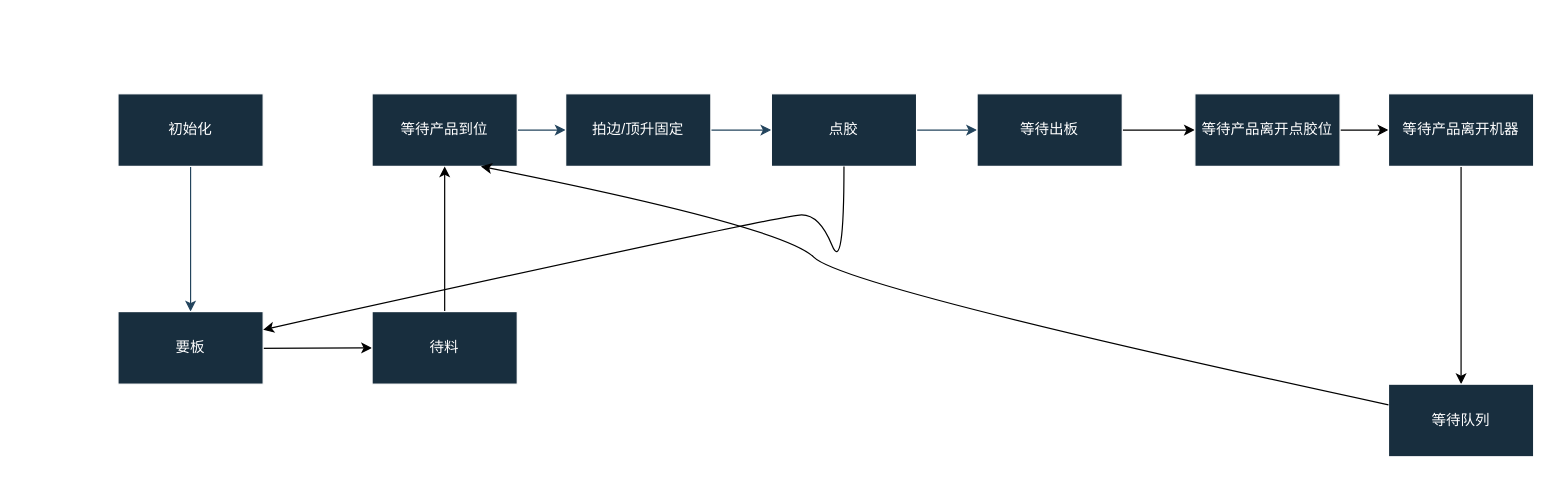
mtpatient/flow_chart keeps this draw.io diagram as 1.drawio. Above is the earlier version. Source tidied: cells renumbered, new cells numbered last; positions are measured from the earlier drawing's top-left corner, leaving out a move shared by most shapes. Both pictures are drawn from the tidied source at 121%, with x=0, y=0 at pixel (117, 93).
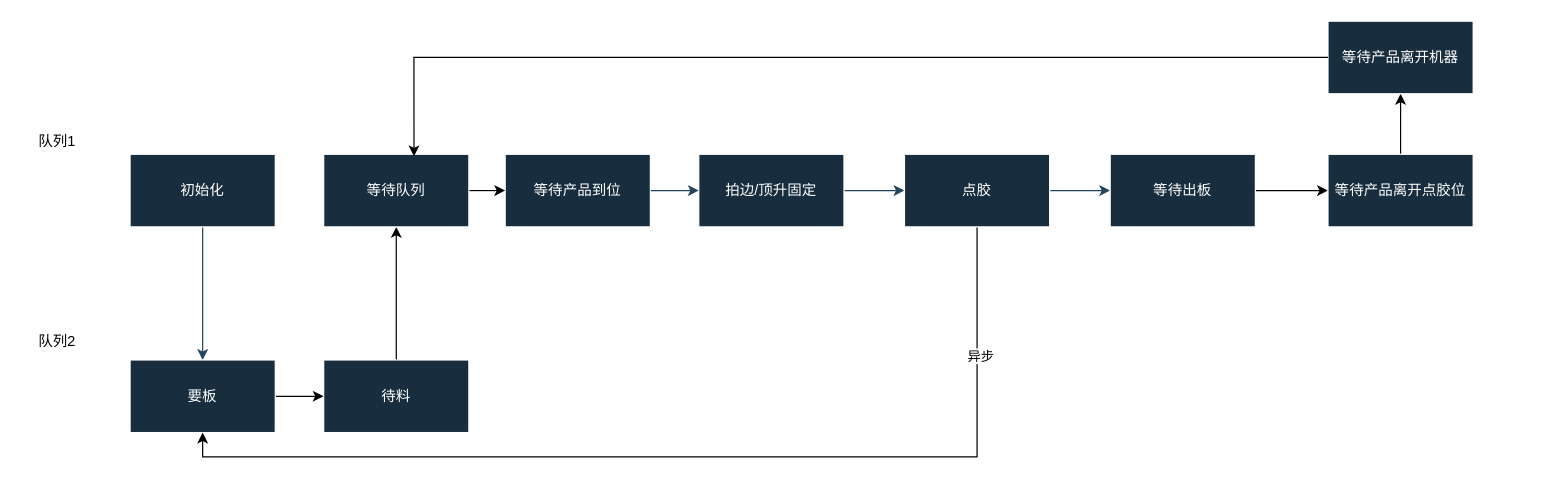
The same page after the edit.

What changed in the source:
```diff
@@
     <mxCell id="3" value="初始化" style="whiteSpace=wrap;html=1;labelBackgroundColor=none;fillColor=#182E3E;strokeColor=#FFFFFF;fontColor=#FFFFFF;" parent="1" vertex="1">
-      <mxGeometry width="120" height="60" as="geometry" />
+      <mxGeometry x="10" y="50" width="120" height="60" as="geometry" />
     </mxCell>
     <mxCell id="4" style="edgeStyle=orthogonalEdgeStyle;rounded=0;jettySize=auto;html=1;entryX=0;entryY=0.5;entryDx=0;entryDy=0;" parent="1" edge="1" target="15">
       <mxGeometry relative="1" as="geometry">
-        <mxPoint x="1" y="210" as="sourcePoint" />
+        <mxPoint x="11" y="250" as="sourcePoint" />
+        <Array as="points">
+          <mxPoint x="11" y="251" />
+          <mxPoint x="116" y="251" />
+          <mxPoint x="116" y="250" />
+        </Array>
       </mxGeometry>
     </mxCell>
     <mxCell id="5" value="要板" style="whiteSpace=wrap;html=1;fillColor=#182E3E;strokeColor=#FFFFFF;fontColor=#FFFFFF;labelBackgroundColor=none;" parent="1" vertex="1">
-      <mxGeometry y="180" width="120" height="60" as="geometry" />
+      <mxGeometry x="10" y="220" width="120" height="60" as="geometry" />
     </mxCell>
@@
     <mxCell id="7" value="等待产品到位" style="whiteSpace=wrap;html=1;fillColor=#182E3E;strokeColor=#FFFFFF;fontColor=#FFFFFF;labelBackgroundColor=none;" parent="1" vertex="1">
-      <mxGeometry x="210" width="120" height="60" as="geometry" />
+      <mxGeometry x="320" y="50" width="120" height="60" as="geometry" />
     </mxCell>
@@
     <mxCell id="9" value="拍边/顶升固定" style="whiteSpace=wrap;html=1;fillColor=#182E3E;strokeColor=#FFFFFF;fontColor=#FFFFFF;labelBackgroundColor=none;" parent="1" vertex="1">
-      <mxGeometry x="370" width="120" height="60" as="geometry" />
+      <mxGeometry x="480" y="50" width="120" height="60" as="geometry" />
     </mxCell>
@@
+    <mxCell id="20" style="edgeStyle=orthogonalEdgeStyle;rounded=0;jettySize=auto;html=1;entryX=0.5;entryY=1;entryDx=0;entryDy=0;" parent="1" edge="1" source="11" target="5">
+      <mxGeometry relative="1" as="geometry">
+        <Array as="points">
+          <mxPoint x="710" y="300" />
+          <mxPoint x="70" y="300" />
+        </Array>
+      </mxGeometry>
+    </mxCell>
+    <mxCell id="23" value="异步" style="edgeLabel;html=1;align=center;verticalAlign=middle;" parent="20" vertex="1">
+      <mxGeometry x="-0.75" y="2" relative="1" as="geometry" />
+    </mxCell>
     <mxCell id="11" value="点胶" style="whiteSpace=wrap;html=1;fillColor=#182E3E;strokeColor=#FFFFFF;fontColor=#FFFFFF;labelBackgroundColor=none;" parent="1" vertex="1">
-      <mxGeometry x="540" width="120" height="60" as="geometry" />
+      <mxGeometry x="650" y="50" width="120" height="60" as="geometry" />
     </mxCell>
@@
     <mxCell id="13" value="等待出板" style="whiteSpace=wrap;html=1;fillColor=#182E3E;strokeColor=#FFFFFF;fontColor=#FFFFFF;labelBackgroundColor=none;" parent="1" vertex="1">
-      <mxGeometry x="710" width="120" height="60" as="geometry" />
+      <mxGeometry x="820" y="50" width="120" height="60" as="geometry" />
     </mxCell>
-    <mxCell id="14" style="edgeStyle=orthogonalEdgeStyle;rounded=0;jettySize=auto;html=1;entryX=0.5;entryY=1;entryDx=0;entryDy=0;" parent="1" edge="1" source="15" target="7">
-      <mxGeometry relative="1" as="geometry" />
-    </mxCell>
+    <mxCell id="24" style="edgeStyle=orthogonalEdgeStyle;rounded=0;jettySize=auto;html=1;entryX=0.5;entryY=1;entryDx=0;entryDy=0;" parent="1" edge="1" source="15" target="21">
+      <mxGeometry relative="1" as="geometry" />
+    </mxCell>
     <mxCell id="15" value="待料" style="whiteSpace=wrap;html=1;fillColor=#182E3E;strokeColor=#FFFFFF;fontColor=#FFFFFF;labelBackgroundColor=none;" parent="1" vertex="1">
-      <mxGeometry x="210" y="180" width="120" height="60" as="geometry" />
+      <mxGeometry x="170" y="220" width="120" height="60" as="geometry" />
     </mxCell>
@@
     <mxCell id="17" value="等待产品离开点胶位" style="whiteSpace=wrap;html=1;fillColor=#182E3E;strokeColor=#FFFFFF;fontColor=#FFFFFF;labelBackgroundColor=none;" parent="1" vertex="1">
-      <mxGeometry x="890" width="120" height="60" as="geometry" />
+      <mxGeometry x="1000" y="50" width="120" height="60" as="geometry" />
     </mxCell>
+    <mxCell id="19" value="等待产品离开机器" style="whiteSpace=wrap;html=1;fillColor=#182E3E;strokeColor=#FFFFFF;fontColor=#FFFFFF;labelBackgroundColor=none;" parent="1" vertex="1">
+      <mxGeometry x="1000" y="-60" width="120" height="60" as="geometry" />
+    </mxCell>
+    <mxCell id="22" style="edgeStyle=orthogonalEdgeStyle;rounded=0;jettySize=auto;html=1;exitX=1;exitY=0.5;exitDx=0;exitDy=0;entryX=0;entryY=0.5;entryDx=0;entryDy=0;" parent="1" edge="1" source="21" target="7">
+      <mxGeometry relative="1" as="geometry" />
+    </mxCell>
+    <mxCell id="21" value="等待队列" style="whiteSpace=wrap;html=1;fillColor=#182E3E;strokeColor=#FFFFFF;fontColor=#FFFFFF;labelBackgroundColor=none;" parent="1" vertex="1">
+      <mxGeometry x="170" y="50" width="120" height="60" as="geometry" />
+    </mxCell>
+    <mxCell id="25" value="队列1" style="text;strokeColor=none;align=center;fillColor=none;html=1;verticalAlign=middle;whiteSpace=wrap;rounded=0;" parent="1" vertex="1">
+      <mxGeometry x="-80" y="25" width="60" height="30" as="geometry" />
+    </mxCell>
+    <mxCell id="26" value="队列2" style="text;strokeColor=none;align=center;fillColor=none;html=1;verticalAlign=middle;whiteSpace=wrap;rounded=0;" parent="1" vertex="1">
+      <mxGeometry x="-80" y="190" width="60" height="30" as="geometry" />
+    </mxCell>
-    <mxCell id="18" style="edgeStyle=orthogonalEdgeStyle;rounded=0;jettySize=auto;html=1;" parent="1" edge="1" source="19" target="21">
+    <mxCell id="18" style="edgeStyle=orthogonalEdgeStyle;rounded=0;jettySize=auto;html=1;exitX=0;exitY=0.5;exitDx=0;exitDy=0;entryX=0.622;entryY=0.028;entryDx=0;entryDy=0;entryPerimeter=0;" parent="1" edge="1" source="19" target="21">
       <mxGeometry relative="1" as="geometry" />
     </mxCell>
-    <mxCell id="19" value="等待产品离开机器" style="whiteSpace=wrap;html=1;fillColor=#182E3E;strokeColor=#FFFFFF;fontColor=#FFFFFF;labelBackgroundColor=none;" parent="1" vertex="1">
-      <mxGeometry x="1050" width="120" height="60" as="geometry" />
-    </mxCell>
-    <mxCell id="20" style="curved=1;endArrow=classic;html=1;rounded=0;entryX=1;entryY=0.25;entryDx=0;entryDy=0;" parent="1" edge="1" source="11" target="5">
-      <mxGeometry relative="1" as="geometry">
-        <Array as="points">
-          <mxPoint x="600" y="150" />
-          <mxPoint x="580" y="100" />
-          <mxPoint x="550" y="100" />
-        </Array>
-      </mxGeometry>
-    </mxCell>
-    <mxCell id="21" value="等待队列" style="whiteSpace=wrap;html=1;fillColor=#182E3E;strokeColor=#FFFFFF;fontColor=#FFFFFF;labelBackgroundColor=none;" parent="1" vertex="1">
-      <mxGeometry x="1050" y="240" width="120" height="60" as="geometry" />
-    </mxCell>
-    <mxCell id="22" style="curved=1;endArrow=classic;html=1;rounded=0;entryX=0.75;entryY=1;entryDx=0;entryDy=0;" parent="1" edge="1" source="21" target="7">
-      <mxGeometry relative="1" as="geometry">
-        <Array as="points">
-          <mxPoint x="600" y="160" />
-          <mxPoint x="550" y="110" />
-        </Array>
-      </mxGeometry>
-    </mxCell>
```
